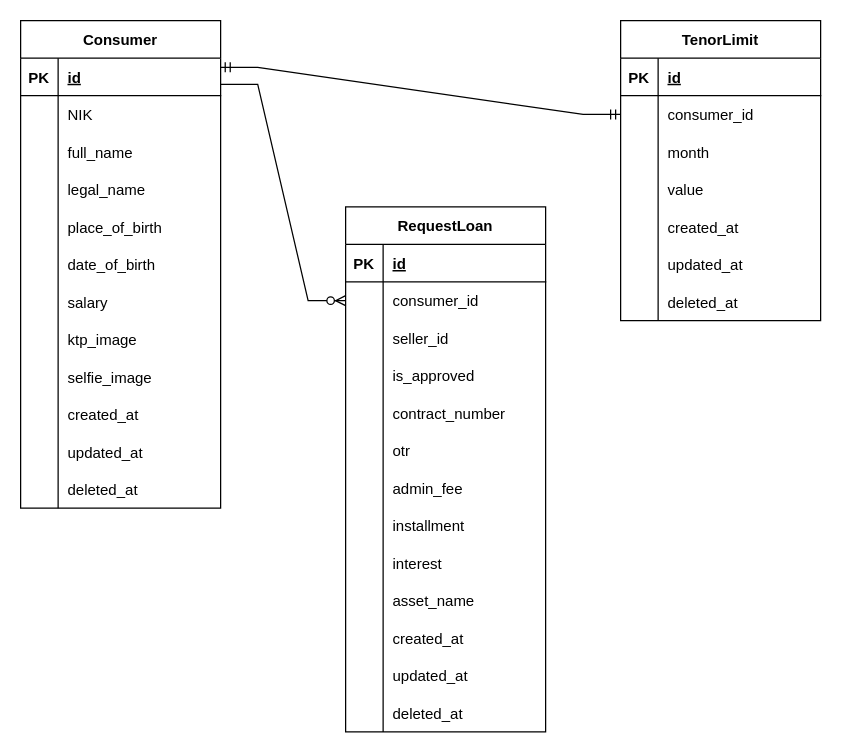
Above: assets/erd.drawio in muhammadandikakurniawan/xyz_multifinance (draw.io), before the change. Source tidied: cells renumbered, new cells numbered last; positions are measured from the earlier drawing's top-left corner, leaving out a move shared by most shapes. Both pictures are drawn from the tidied source at 125%, with x=0, y=0 at pixel (20, 20).
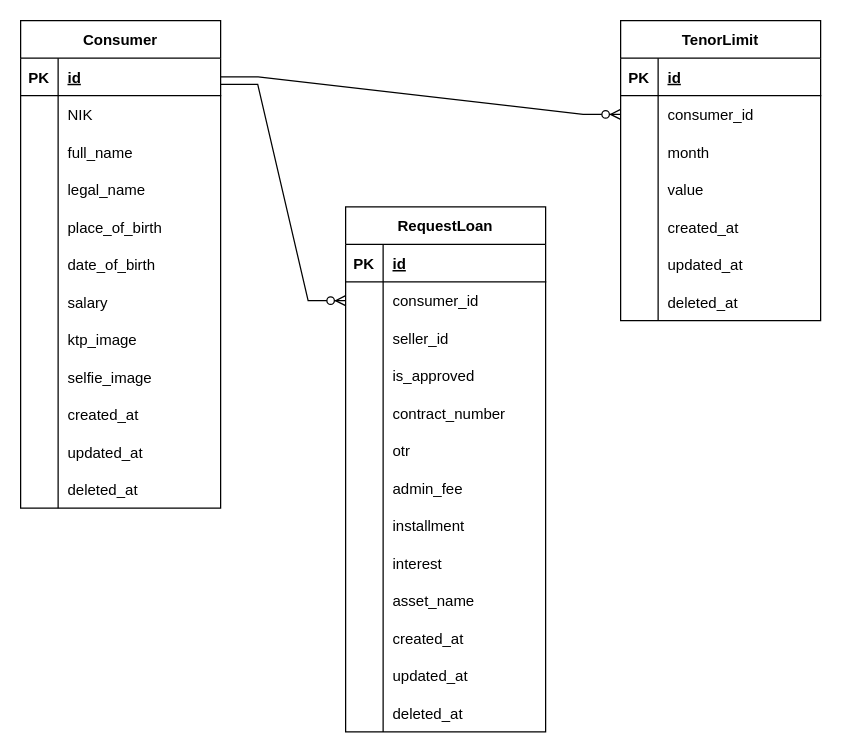
After the change.

The change refers to these unchanged cells:
```xml
<mxCell id="3" style="shape=tableRow;horizontal=0;startSize=0;swimlaneHead=0;swimlaneBody=0;fillColor=none;points=[[0,0.5],[1,0.5]];portConstraint=eastwest;top=0;left=0;right=0;bottom=1;" parent="2" vertex="1">
  <mxGeometry y="30" width="160" height="30" as="geometry" />
</mxCell>
<mxCell id="83" style="shape=tableRow;horizontal=0;startSize=0;swimlaneHead=0;swimlaneBody=0;fillColor=none;points=[[0,0.5],[1,0.5]];portConstraint=eastwest;top=0;left=0;right=0;bottom=0;" parent="79" vertex="1">
  <mxGeometry y="60" width="160" height="30" as="geometry" />
</mxCell>
```

Change to the diagram source:
```diff
@@
-    <mxCell id="102" style="edgeStyle=entityRelationEdgeStyle;fontSize=12;html=1;endArrow=ERmandOne;startArrow=ERmandOne;rounded=0;exitX=0.998;exitY=0.245;exitDx=0;exitDy=0;exitPerimeter=0;" parent="1" edge="1" source="3" target="83">
+    <mxCell id="102" style="edgeStyle=entityRelationEdgeStyle;fontSize=12;html=1;endArrow=ERzeroToMany;endFill=1;rounded=0;entryX=0;entryY=0.5;entryDx=0;entryDy=0;exitX=1;exitY=0.5;exitDx=0;exitDy=0;" parent="1" edge="1" source="3" target="83">
       <mxGeometry relative="1" as="geometry" />
     </mxCell>
```
